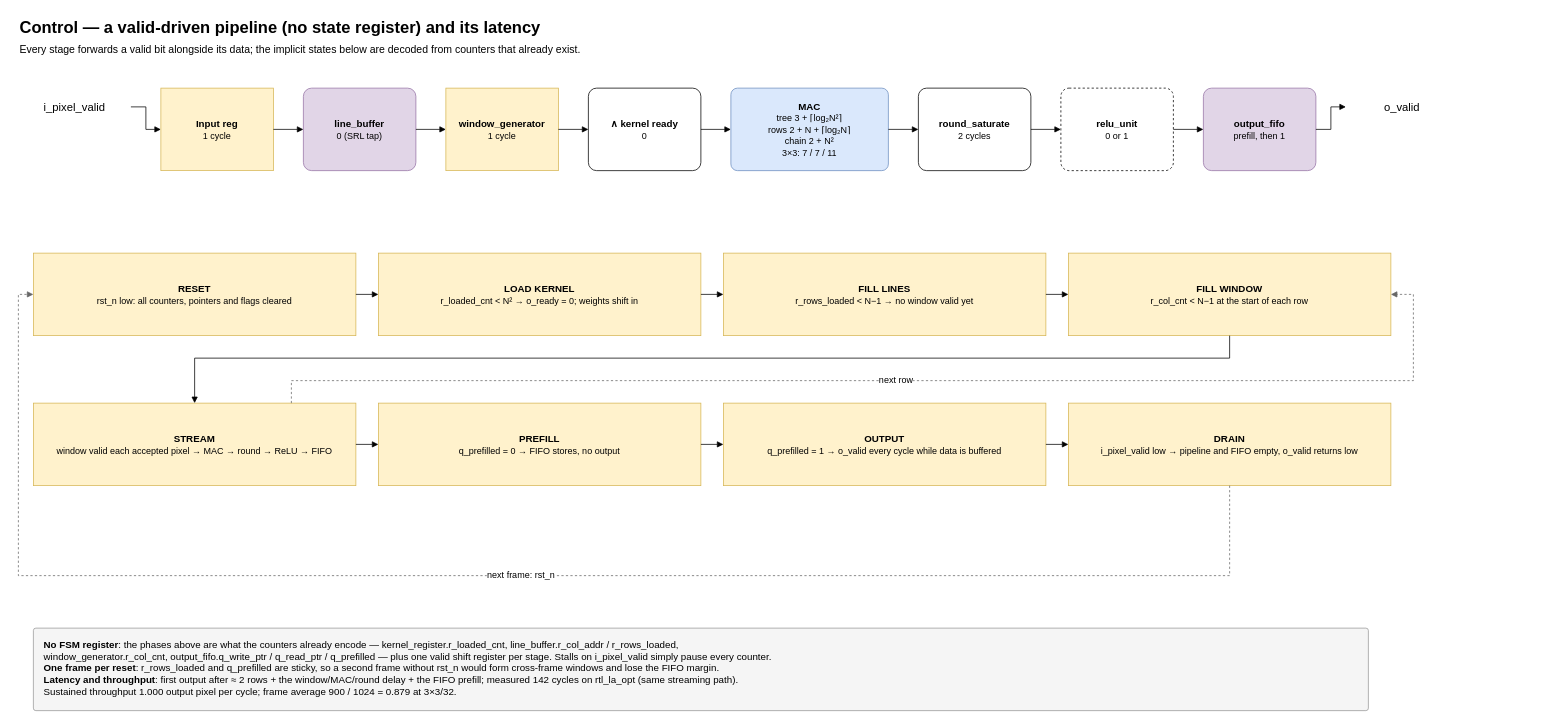
The draw.io diagram page "12 Control & latency" (13 of 15) of docs/resources/diagrams/conv_system_architecture.drawio in AshrafByte/FPGA-CNN-Accelerator, before the edit. Source tidied: cells renumbered, new cells numbered last; positions are measured from the earlier drawing's top-left corner, leaving out a move shared by most shapes. Both pictures are drawn from the tidied source at 75%, with x=0, y=0 at pixel (18, 13).
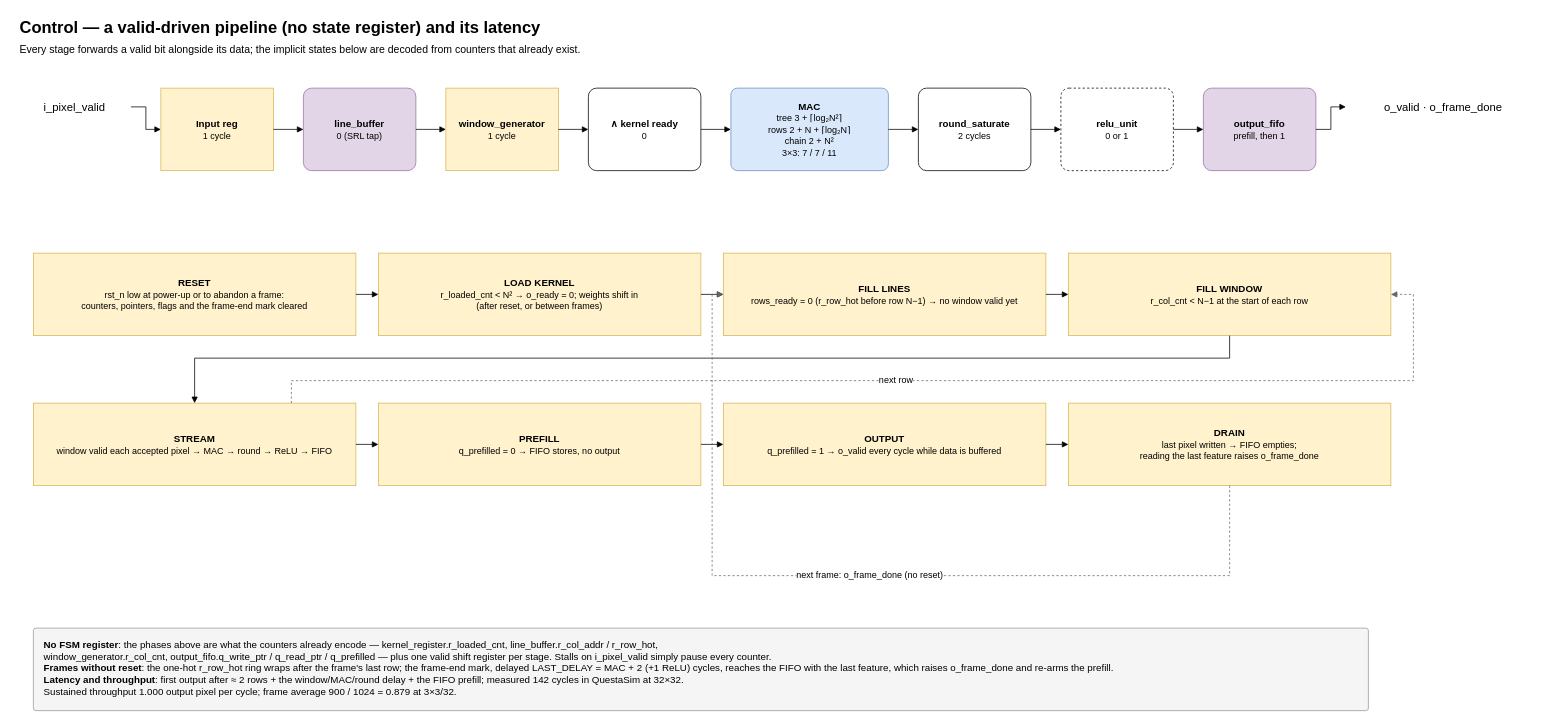
After the change.

Change to the diagram source:
```diff
@@
-    <mxCell id="21" value="o_valid" style="text;html=1;align=center;verticalAlign=middle;fontSize=15;whiteSpace=wrap;" parent="1" vertex="1">
-      <mxGeometry x="1770" y="100" width="150" height="50" as="geometry" />
+    <mxCell id="21" value="o_valid · o_frame_done" style="text;html=1;align=center;verticalAlign=middle;fontSize=15;whiteSpace=wrap;" parent="1" vertex="1">
+      <mxGeometry x="1770" y="100" width="260" height="50" as="geometry" />
     </mxCell>
@@
-    <mxCell id="23" value="&lt;b&gt;RESET&lt;/b&gt;&lt;br&gt;&lt;font style=&quot;font-size:12px&quot;&gt;rst_n low: all counters, pointers and flags cleared&lt;/font&gt;" style="whiteSpace=wrap;html=1;fontSize=13;rounded=0;fillColor=#fff2cc;strokeColor=#d6b656;" parent="1" vertex="1">
+    <mxCell id="23" value="&lt;b&gt;RESET&lt;/b&gt;&lt;br&gt;&lt;font style=&quot;font-size:12px&quot;&gt;rst_n low at power-up or to abandon a frame:&lt;br&gt;counters, pointers, flags and the frame-end mark cleared&lt;/font&gt;" style="whiteSpace=wrap;html=1;fontSize=13;rounded=0;fillColor=#fff2cc;strokeColor=#d6b656;" parent="1" vertex="1">
       <mxGeometry x="20" y="320" width="430" height="110" as="geometry" />
     </mxCell>
-    <mxCell id="24" value="&lt;b&gt;LOAD KERNEL&lt;/b&gt;&lt;br&gt;&lt;font style=&quot;font-size:12px&quot;&gt;r_loaded_cnt &lt; N² → o_ready = 0; weights shift in&lt;/font&gt;" style="whiteSpace=wrap;html=1;fontSize=13;rounded=0;fillColor=#fff2cc;strokeColor=#d6b656;" parent="1" vertex="1">
+    <mxCell id="24" value="&lt;b&gt;LOAD KERNEL&lt;/b&gt;&lt;br&gt;&lt;font style=&quot;font-size:12px&quot;&gt;r_loaded_cnt &amp;lt; N² → o_ready = 0; weights shift in&lt;br&gt;(after reset, or between frames)&lt;/font&gt;" style="whiteSpace=wrap;html=1;fontSize=13;rounded=0;fillColor=#fff2cc;strokeColor=#d6b656;" parent="1" vertex="1">
       <mxGeometry x="480" y="320" width="430" height="110" as="geometry" />
     </mxCell>
-    <mxCell id="25" value="&lt;b&gt;FILL LINES&lt;/b&gt;&lt;br&gt;&lt;font style=&quot;font-size:12px&quot;&gt;r_rows_loaded &lt; N−1 → no window valid yet&lt;/font&gt;" style="whiteSpace=wrap;html=1;fontSize=13;rounded=0;fillColor=#fff2cc;strokeColor=#d6b656;" parent="1" vertex="1">
+    <mxCell id="25" value="&lt;b&gt;FILL LINES&lt;/b&gt;&lt;br&gt;&lt;font style=&quot;font-size:12px&quot;&gt;rows_ready = 0 (r_row_hot before row N−1) → no window valid yet&lt;/font&gt;" style="whiteSpace=wrap;html=1;fontSize=13;rounded=0;fillColor=#fff2cc;strokeColor=#d6b656;" parent="1" vertex="1">
       <mxGeometry x="940" y="320" width="430" height="110" as="geometry" />
     </mxCell>
@@
-    <mxCell id="30" value="&lt;b&gt;DRAIN&lt;/b&gt;&lt;br&gt;&lt;font style=&quot;font-size:12px&quot;&gt;i_pixel_valid low → pipeline and FIFO empty, o_valid returns low&lt;/font&gt;" style="whiteSpace=wrap;html=1;fontSize=13;rounded=0;fillColor=#fff2cc;strokeColor=#d6b656;" parent="1" vertex="1">
+    <mxCell id="30" value="&lt;b&gt;DRAIN&lt;/b&gt;&lt;br&gt;&lt;font style=&quot;font-size:12px&quot;&gt;last pixel written → FIFO empties;&lt;br&gt;reading the last feature raises o_frame_done&lt;/font&gt;" style="whiteSpace=wrap;html=1;fontSize=13;rounded=0;fillColor=#fff2cc;strokeColor=#d6b656;" parent="1" vertex="1">
       <mxGeometry x="1400" y="520" width="430" height="110" as="geometry" />
     </mxCell>
@@
-    <mxCell id="39" value="next frame: rst_n" style="edgeStyle=orthogonalEdgeStyle;rounded=0;html=1;endArrow=block;endFill=1;fontSize=12;labelBackgroundColor=#ffffff;dashed=1;strokeColor=#666666;exitX=0.5;exitY=1;exitDx=0;exitDy=0;entryX=0;entryY=0.5;entryDx=0;entryDy=0;" parent="1" edge="1" source="30" target="23">
+    <mxCell id="39" value="next frame: o_frame_done (no reset)" style="edgeStyle=orthogonalEdgeStyle;rounded=0;html=1;endArrow=block;endFill=1;fontSize=12;labelBackgroundColor=#ffffff;dashed=1;strokeColor=#666666;exitX=0.5;exitY=1;exitDx=0;exitDy=0;entryX=0;entryY=0.5;entryDx=0;entryDy=0;" parent="1" edge="1" source="30" target="25">
       <mxGeometry relative="1" as="geometry">
         <Array as="points">
           <mxPoint x="1615" y="750" />
-          <mxPoint y="750" />
-          <mxPoint y="375" />
+          <mxPoint x="925" y="750" />
+          <mxPoint x="925" y="375" />
         </Array>
       </mxGeometry>
     </mxCell>
-    <mxCell id="40" value="&lt;b&gt;No FSM register&lt;/b&gt;: the phases above are what the counters already encode — kernel_register.r_loaded_cnt, line_buffer.r_col_addr / r_rows_loaded,&lt;br&gt;window_generator.r_col_cnt, output_fifo.q_write_ptr / q_read_ptr / q_prefilled — plus one valid shift register per stage. Stalls on i_pixel_valid simply pause every counter.&lt;br&gt;&lt;b&gt;One frame per reset&lt;/b&gt;: r_rows_loaded and q_prefilled are sticky, so a second frame without rst_n would form cross-frame windows and lose the FIFO margin.&lt;br&gt;&lt;b&gt;Latency and throughput&lt;/b&gt;: first output after ≈ 2 rows + the window/MAC/round delay + the FIFO prefill; measured 142 cycles on rtl_la_opt (same streaming path).&lt;br&gt;Sustained throughput 1.000 output pixel per cycle; frame average 900 / 1024 = 0.879 at 3×3/32." style="whiteSpace=wrap;html=1;fontSize=13;rounded=1;arcSize=3;fillColor=#f5f5f5;strokeColor=#999999;align=left;verticalAlign=top;spacingLeft=12;spacingTop=8;spacingRight=6;" parent="1" vertex="1">
+    <mxCell id="40" value="&lt;b&gt;No FSM register&lt;/b&gt;: the phases above are what the counters already encode — kernel_register.r_loaded_cnt, line_buffer.r_col_addr / r_row_hot,&lt;br&gt;window_generator.r_col_cnt, output_fifo.q_write_ptr / q_read_ptr / q_prefilled — plus one valid shift register per stage. Stalls on i_pixel_valid simply pause every counter.&lt;br&gt;&lt;b&gt;Frames without reset&lt;/b&gt;: the one-hot r_row_hot ring wraps after the frame's last row; the frame-end mark, delayed LAST_DELAY = MAC + 2 (+1 ReLU) cycles, reaches the FIFO with the last feature, which raises o_frame_done and re-arms the prefill.&lt;br&gt;&lt;b&gt;Latency and throughput&lt;/b&gt;: first output after ≈ 2 rows + the window/MAC/round delay + the FIFO prefill; measured 142 cycles in QuestaSim at 32×32.&lt;br&gt;Sustained throughput 1.000 output pixel per cycle; frame average 900 / 1024 = 0.879 at 3×3/32." style="whiteSpace=wrap;html=1;fontSize=13;rounded=1;arcSize=3;fillColor=#f5f5f5;strokeColor=#999999;align=left;verticalAlign=top;spacingLeft=12;spacingTop=8;spacingRight=6;" parent="1" vertex="1">
       <mxGeometry x="20" y="820" width="1780" height="110" as="geometry" />
     </mxCell>
```
